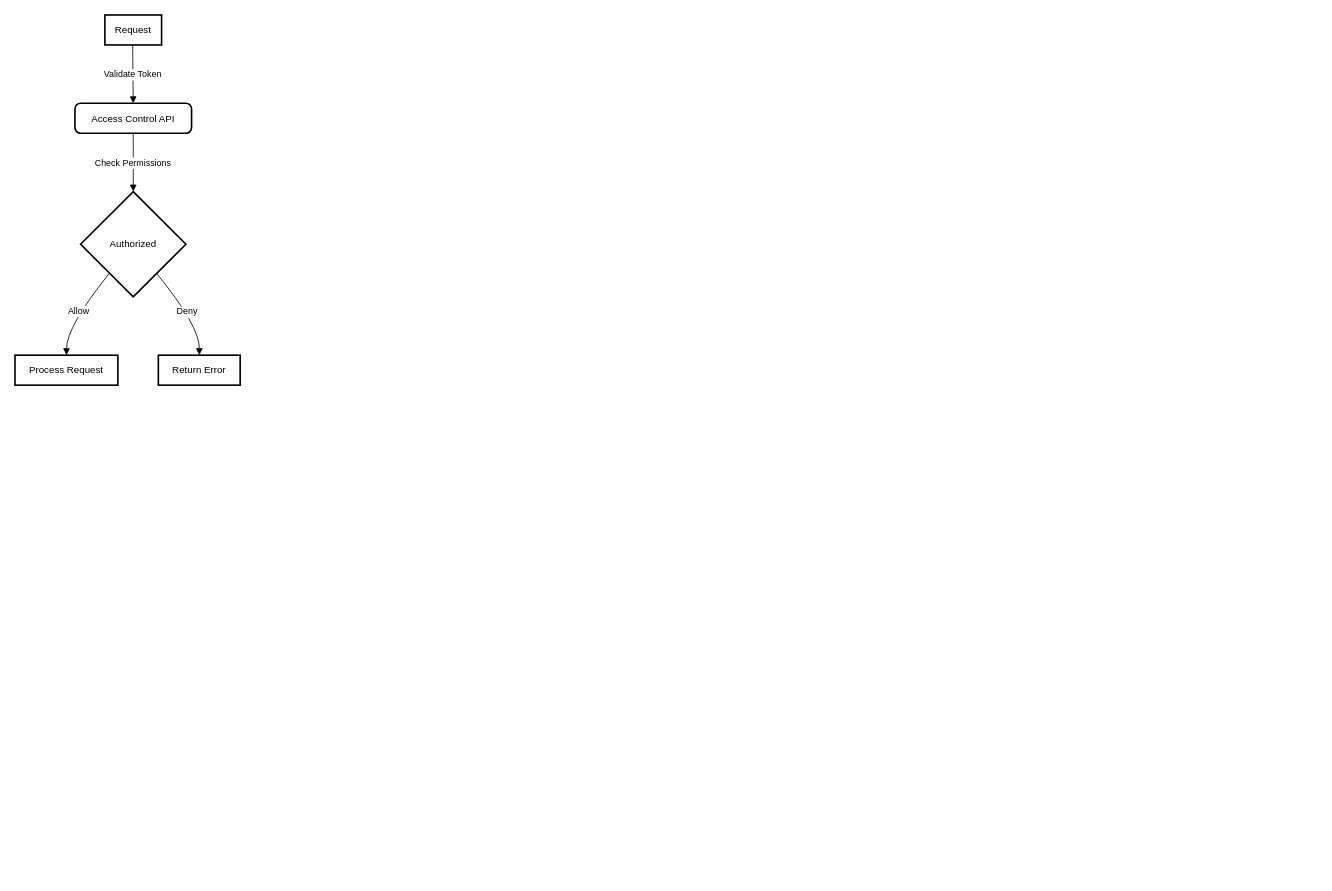
Earlier version of the draw.io diagram Solver/API.drawio (frozenproof/dactaphanmem). Source tidied: cells renumbered, new cells numbered last; positions are measured from the earlier drawing's top-left corner, leaving out a move shared by most shapes. Both pictures are drawn from the tidied source at 81%, with x=0, y=0 at pixel (15, 15).
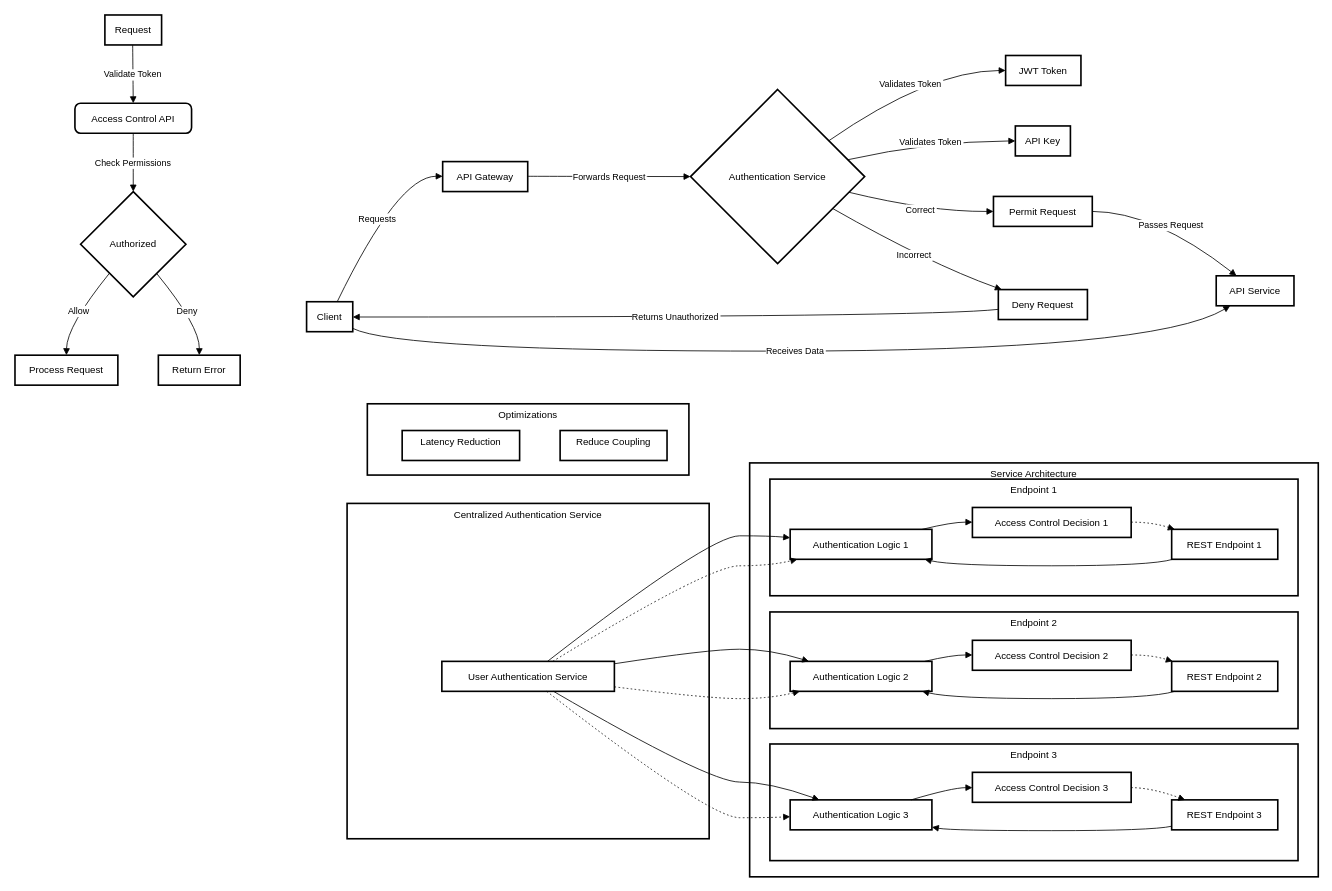
After the change.

Diff of the diagram source:
```diff
@@
+    <mxCell id="11" value="Client" style="whiteSpace=wrap;strokeWidth=2;" parent="1" vertex="1">
+      <mxGeometry x="360" y="354" width="57" height="37" as="geometry" />
+    </mxCell>
+    <mxCell id="12" value="API Gateway" style="whiteSpace=wrap;strokeWidth=2;" parent="1" vertex="1">
+      <mxGeometry x="528" y="181" width="105" height="37" as="geometry" />
+    </mxCell>
+    <mxCell id="13" value="Authentication Service" style="rhombus;strokeWidth=2;whiteSpace=wrap;" parent="1" vertex="1">
+      <mxGeometry x="834" y="92" width="215" height="215" as="geometry" />
+    </mxCell>
+    <mxCell id="14" value="JWT Token" style="whiteSpace=wrap;strokeWidth=2;" parent="1" vertex="1">
+      <mxGeometry x="1223" y="50" width="93" height="37" as="geometry" />
+    </mxCell>
+    <mxCell id="15" value="API Key" style="whiteSpace=wrap;strokeWidth=2;" parent="1" vertex="1">
+      <mxGeometry x="1235" y="137" width="68" height="37" as="geometry" />
+    </mxCell>
+    <mxCell id="16" value="Permit Request" style="whiteSpace=wrap;strokeWidth=2;" parent="1" vertex="1">
+      <mxGeometry x="1208" y="224" width="122" height="37" as="geometry" />
+    </mxCell>
+    <mxCell id="17" value="Deny Request" style="whiteSpace=wrap;strokeWidth=2;" parent="1" vertex="1">
+      <mxGeometry x="1214" y="339" width="110" height="37" as="geometry" />
+    </mxCell>
+    <mxCell id="18" value="API Service" style="whiteSpace=wrap;strokeWidth=2;" parent="1" vertex="1">
+      <mxGeometry x="1483" y="322" width="96" height="37" as="geometry" />
+    </mxCell>
+    <mxCell id="19" value="Requests" style="curved=1;startArrow=none;endArrow=block;exitX=0.66;exitY=0.01;entryX=0;entryY=0.49;rounded=0;" parent="1" edge="1" source="11" target="12">
+      <mxGeometry relative="1" as="geometry">
+        <Array as="points">
+          <mxPoint x="473" y="199" />
+        </Array>
+      </mxGeometry>
+    </mxCell>
+    <mxCell id="20" value="Forwards Request" style="curved=1;startArrow=none;endArrow=block;exitX=1;exitY=0.49;entryX=0;entryY=0.5;rounded=0;" parent="1" edge="1" source="12" target="13">
+      <mxGeometry relative="1" as="geometry" />
+    </mxCell>
+    <mxCell id="21" value="Validates Token" style="curved=1;startArrow=none;endArrow=block;exitX=1;exitY=0.15;entryX=-0.01;entryY=0.5;rounded=0;" parent="1" edge="1" source="13" target="14">
+      <mxGeometry relative="1" as="geometry">
+        <Array as="points">
+          <mxPoint x="1129" y="69" />
+        </Array>
+      </mxGeometry>
+    </mxCell>
+    <mxCell id="22" value="Validates Token" style="curved=1;startArrow=none;endArrow=block;exitX=1;exitY=0.38;entryX=0;entryY=0.5;rounded=0;" parent="1" edge="1" source="13" target="15">
+      <mxGeometry relative="1" as="geometry">
+        <Array as="points">
+          <mxPoint x="1129" y="156" />
+        </Array>
+      </mxGeometry>
+    </mxCell>
+    <mxCell id="23" value="Correct" style="curved=1;startArrow=none;endArrow=block;exitX=1;exitY=0.61;entryX=0;entryY=0.5;rounded=0;" parent="1" edge="1" source="13" target="16">
+      <mxGeometry relative="1" as="geometry">
+        <Array as="points">
+          <mxPoint x="1129" y="243" />
+        </Array>
+      </mxGeometry>
+    </mxCell>
+    <mxCell id="24" value="Incorrect" style="curved=1;startArrow=none;endArrow=block;exitX=1;exitY=0.79;entryX=0.03;entryY=-0.01;rounded=0;" parent="1" edge="1" source="13" target="17">
+      <mxGeometry relative="1" as="geometry">
+        <Array as="points">
+          <mxPoint x="1129" y="307" />
+        </Array>
+      </mxGeometry>
+    </mxCell>
+    <mxCell id="25" value="Passes Request" style="curved=1;startArrow=none;endArrow=block;exitX=1;exitY=0.5;entryX=0.26;entryY=0;rounded=0;" parent="1" edge="1" source="16" target="18">
+      <mxGeometry relative="1" as="geometry">
+        <Array as="points">
+          <mxPoint x="1407" y="243" />
+        </Array>
+      </mxGeometry>
+    </mxCell>
+    <mxCell id="26" value="Returns Unauthorized" style="curved=1;startArrow=none;endArrow=block;exitX=0;exitY=0.66;entryX=1;entryY=0.51;rounded=0;" parent="1" edge="1" source="17" target="11">
+      <mxGeometry relative="1" as="geometry">
+        <Array as="points">
+          <mxPoint x="1129" y="373" />
+        </Array>
+      </mxGeometry>
+    </mxCell>
+    <mxCell id="27" value="Receives Data" style="curved=1;startArrow=none;endArrow=block;exitX=1;exitY=0.89;entryX=0.18;entryY=1;rounded=0;" parent="1" edge="1" source="11" target="18">
+      <mxGeometry relative="1" as="geometry">
+        <Array as="points">
+          <mxPoint x="473" y="415" />
+          <mxPoint x="1407" y="415" />
+        </Array>
+      </mxGeometry>
+    </mxCell>
+    <mxCell id="28" value="Optimizations" style="whiteSpace=wrap;strokeWidth=2;verticalAlign=top;" parent="1" vertex="1">
+      <mxGeometry x="435" y="480" width="397" height="88" as="geometry" />
+    </mxCell>
+    <mxCell id="29" value="Latency Reduction" style="whiteSpace=wrap;strokeWidth=2;verticalAlign=top;" parent="28" vertex="1">
+      <mxGeometry x="43" y="33" width="145" height="37" as="geometry" />
+    </mxCell>
+    <mxCell id="30" value="Reduce Coupling" style="whiteSpace=wrap;strokeWidth=2;verticalAlign=top;" parent="28" vertex="1">
+      <mxGeometry x="238" y="33" width="132" height="37" as="geometry" />
+    </mxCell>
+    <mxCell id="31" value="Centralized Authentication Service" style="whiteSpace=wrap;strokeWidth=2;verticalAlign=top;" parent="1" vertex="1">
+      <mxGeometry x="410" y="603" width="447" height="414" as="geometry" />
+    </mxCell>
+    <mxCell id="32" value="User Authentication Service" style="whiteSpace=wrap;strokeWidth=2;" parent="1" vertex="1">
+      <mxGeometry x="527" y="798" width="213" height="37" as="geometry" />
+    </mxCell>
+    <mxCell id="33" value="Service Architecture" style="whiteSpace=wrap;strokeWidth=2;verticalAlign=top;" parent="1" vertex="1">
+      <mxGeometry x="907" y="553" width="702" height="511" as="geometry" />
+    </mxCell>
+    <mxCell id="34" value="Endpoint 1" style="whiteSpace=wrap;strokeWidth=2;verticalAlign=top;" parent="1" vertex="1">
+      <mxGeometry x="932" y="573" width="652" height="144" as="geometry" />
+    </mxCell>
+    <mxCell id="35" value="Endpoint 2" style="whiteSpace=wrap;strokeWidth=2;verticalAlign=top;" parent="1" vertex="1">
+      <mxGeometry x="932" y="737" width="652" height="144" as="geometry" />
+    </mxCell>
+    <mxCell id="36" value="Endpoint 3" style="whiteSpace=wrap;strokeWidth=2;verticalAlign=top;" parent="1" vertex="1">
+      <mxGeometry x="932" y="900" width="652" height="144" as="geometry" />
+    </mxCell>
+    <mxCell id="37" value="REST Endpoint 3" style="whiteSpace=wrap;strokeWidth=2;" parent="1" vertex="1">
+      <mxGeometry x="1428" y="969" width="131" height="37" as="geometry" />
+    </mxCell>
+    <mxCell id="38" value="Authentication Logic 3" style="whiteSpace=wrap;strokeWidth=2;" parent="1" vertex="1">
+      <mxGeometry x="957" y="969" width="175" height="37" as="geometry" />
+    </mxCell>
+    <mxCell id="39" value="Access Control Decision 3" style="whiteSpace=wrap;strokeWidth=2;" parent="1" vertex="1">
+      <mxGeometry x="1182" y="935" width="196" height="37" as="geometry" />
+    </mxCell>
+    <mxCell id="40" value="REST Endpoint 2" style="whiteSpace=wrap;strokeWidth=2;" parent="1" vertex="1">
+      <mxGeometry x="1428" y="798" width="131" height="37" as="geometry" />
+    </mxCell>
+    <mxCell id="41" value="Authentication Logic 2" style="whiteSpace=wrap;strokeWidth=2;" parent="1" vertex="1">
+      <mxGeometry x="957" y="798" width="175" height="37" as="geometry" />
+    </mxCell>
+    <mxCell id="42" value="Access Control Decision 2" style="whiteSpace=wrap;strokeWidth=2;" parent="1" vertex="1">
+      <mxGeometry x="1182" y="772" width="196" height="37" as="geometry" />
+    </mxCell>
+    <mxCell id="43" value="REST Endpoint 1" style="whiteSpace=wrap;strokeWidth=2;" parent="1" vertex="1">
+      <mxGeometry x="1428" y="635" width="131" height="37" as="geometry" />
+    </mxCell>
+    <mxCell id="44" value="Authentication Logic 1" style="whiteSpace=wrap;strokeWidth=2;" parent="1" vertex="1">
+      <mxGeometry x="957" y="635" width="175" height="37" as="geometry" />
+    </mxCell>
+    <mxCell id="45" value="Access Control Decision 1" style="whiteSpace=wrap;strokeWidth=2;" parent="1" vertex="1">
+      <mxGeometry x="1182" y="608" width="196" height="37" as="geometry" />
+    </mxCell>
+    <mxCell id="46" style="curved=1;startArrow=none;endArrow=block;exitX=0.02;exitY=0.99;entryX=0.94;entryY=0.99;rounded=0;" parent="1" edge="1" source="43" target="44">
+      <mxGeometry relative="1" as="geometry">
+        <Array as="points">
+          <mxPoint x="1403" y="680" />
+          <mxPoint x="1157" y="680" />
+        </Array>
+      </mxGeometry>
+    </mxCell>
+    <mxCell id="47" style="curved=1;startArrow=none;endArrow=block;exitX=0.94;exitY=-0.01;entryX=0;entryY=0.49;rounded=0;" parent="1" edge="1" source="44" target="45">
+      <mxGeometry relative="1" as="geometry">
+        <Array as="points">
+          <mxPoint x="1157" y="626" />
+        </Array>
+      </mxGeometry>
+    </mxCell>
+    <mxCell id="48" style="curved=1;startArrow=none;endArrow=block;exitX=0.02;exitY=1.01;entryX=0.94;entryY=1.01;rounded=0;" parent="1" edge="1" source="40" target="41">
+      <mxGeometry relative="1" as="geometry">
+        <Array as="points">
+          <mxPoint x="1403" y="844" />
+          <mxPoint x="1157" y="844" />
+        </Array>
+      </mxGeometry>
+    </mxCell>
+    <mxCell id="49" style="curved=1;startArrow=none;endArrow=block;exitX=0.94;exitY=0.01;entryX=0;entryY=0.49;rounded=0;" parent="1" edge="1" source="41" target="42">
+      <mxGeometry relative="1" as="geometry">
+        <Array as="points">
+          <mxPoint x="1157" y="790" />
+        </Array>
+      </mxGeometry>
+    </mxCell>
+    <mxCell id="50" style="curved=1;startArrow=none;endArrow=block;exitX=0;exitY=0.88;entryX=1;entryY=0.91;rounded=0;" parent="1" edge="1" source="37" target="38">
+      <mxGeometry relative="1" as="geometry">
+        <Array as="points">
+          <mxPoint x="1403" y="1007" />
+          <mxPoint x="1157" y="1007" />
+        </Array>
+      </mxGeometry>
+    </mxCell>
+    <mxCell id="51" style="curved=1;startArrow=none;endArrow=block;exitX=0.86;exitY=-0.01;entryX=0;entryY=0.51;rounded=0;" parent="1" edge="1" source="38" target="39">
+      <mxGeometry relative="1" as="geometry">
+        <Array as="points">
+          <mxPoint x="1157" y="954" />
+        </Array>
+      </mxGeometry>
+    </mxCell>
+    <mxCell id="52" style="curved=1;startArrow=none;endArrow=block;exitX=0.61;exitY=0.01;entryX=0;entryY=0.28;rounded=0;" parent="1" edge="1" source="32" target="44">
+      <mxGeometry relative="1" as="geometry">
+        <Array as="points">
+          <mxPoint x="857" y="643" />
+          <mxPoint x="932" y="643" />
+        </Array>
+      </mxGeometry>
+    </mxCell>
+    <mxCell id="53" style="curved=1;startArrow=none;endArrow=block;exitX=1;exitY=0.08;entryX=0.14;entryY=0.01;rounded=0;" parent="1" edge="1" source="32" target="41">
+      <mxGeometry relative="1" as="geometry">
+        <Array as="points">
+          <mxPoint x="857" y="783" />
+          <mxPoint x="932" y="783" />
+        </Array>
+      </mxGeometry>
+    </mxCell>
+    <mxCell id="54" style="curved=1;startArrow=none;endArrow=block;exitX=0.65;exitY=1.01;entryX=0.2;entryY=-0.01;rounded=0;" parent="1" edge="1" source="32" target="38">
+      <mxGeometry relative="1" as="geometry">
+        <Array as="points">
+          <mxPoint x="857" y="947" />
+          <mxPoint x="932" y="947" />
+        </Array>
+      </mxGeometry>
+    </mxCell>
+    <mxCell id="55" style="curved=1;dashed=1;dashPattern=2 3;startArrow=none;endArrow=block;exitX=1;exitY=0.49;entryX=0.02;entryY=-0.01;rounded=0;" parent="1" edge="1" source="45" target="43">
+      <mxGeometry relative="1" as="geometry">
+        <Array as="points">
+          <mxPoint x="1403" y="626" />
+        </Array>
+      </mxGeometry>
+    </mxCell>
+    <mxCell id="56" style="curved=1;dashed=1;dashPattern=2 3;startArrow=none;endArrow=block;exitX=1;exitY=0.49;entryX=0.02;entryY=0.01;rounded=0;" parent="1" edge="1" source="42" target="40">
+      <mxGeometry relative="1" as="geometry">
+        <Array as="points">
+          <mxPoint x="1403" y="790" />
+        </Array>
+      </mxGeometry>
+    </mxCell>
+    <mxCell id="57" style="curved=1;dashed=1;dashPattern=2 3;startArrow=none;endArrow=block;exitX=1;exitY=0.51;entryX=0.12;entryY=-0.01;rounded=0;" parent="1" edge="1" source="39" target="37">
+      <mxGeometry relative="1" as="geometry">
+        <Array as="points">
+          <mxPoint x="1403" y="954" />
+        </Array>
+      </mxGeometry>
+    </mxCell>
+    <mxCell id="58" style="curved=1;dashed=1;dashPattern=2 3;startArrow=none;endArrow=block;exitX=0.64;exitY=0.01;entryX=0.06;entryY=0.99;rounded=0;" parent="1" edge="1" source="32" target="44">
+      <mxGeometry relative="1" as="geometry">
+        <Array as="points">
+          <mxPoint x="857" y="680" />
+          <mxPoint x="932" y="680" />
+        </Array>
+      </mxGeometry>
+    </mxCell>
+    <mxCell id="59" style="curved=1;dashed=1;dashPattern=2 3;startArrow=none;endArrow=block;exitX=1;exitY=0.85;entryX=0.06;entryY=1.01;rounded=0;" parent="1" edge="1" source="32" target="41">
+      <mxGeometry relative="1" as="geometry">
+        <Array as="points">
+          <mxPoint x="857" y="844" />
+          <mxPoint x="932" y="844" />
+        </Array>
+      </mxGeometry>
+    </mxCell>
+    <mxCell id="60" style="curved=1;dashed=1;dashPattern=2 3;startArrow=none;endArrow=block;exitX=0.61;exitY=1.01;entryX=0;entryY=0.56;rounded=0;" parent="1" edge="1" source="32" target="38">
+      <mxGeometry relative="1" as="geometry">
+        <Array as="points">
+          <mxPoint x="857" y="991" />
+          <mxPoint x="932" y="991" />
+        </Array>
+      </mxGeometry>
+    </mxCell>
```
